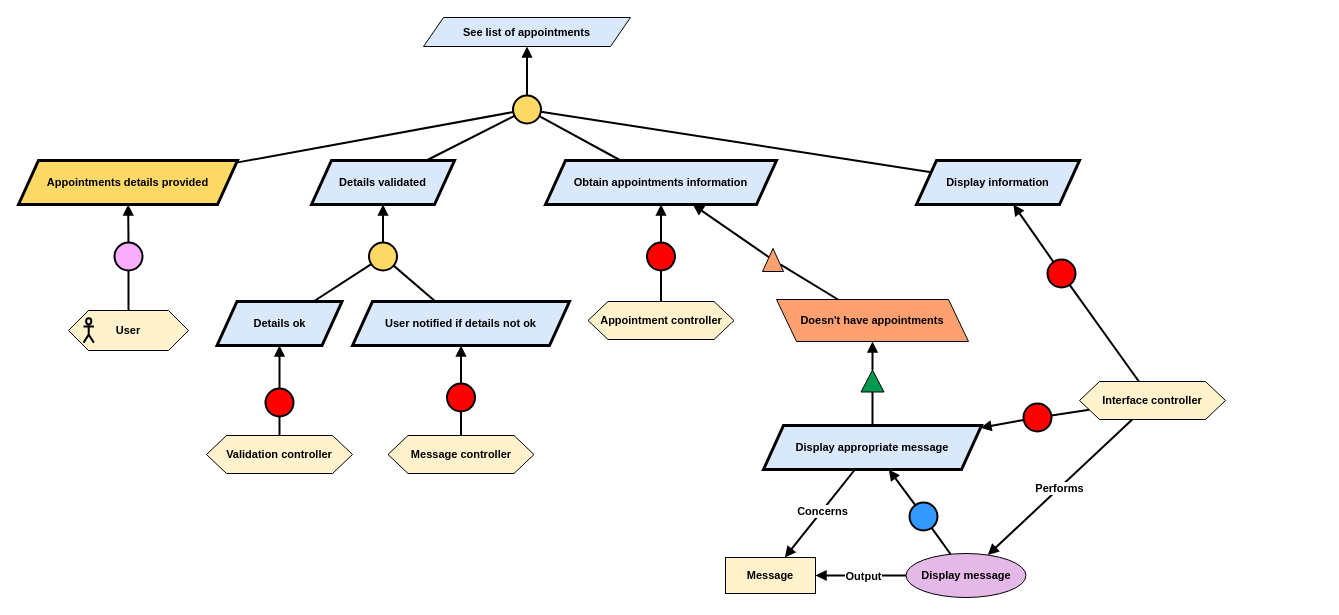
Earlier version of the draw.io diagram Kaos/KAOS 11.drawio (RafaelCMira/myclinic-msp-project). Source tidied: cells renumbered, new cells numbered last; positions are measured from the earlier drawing's top-left corner, leaving out a move shared by most shapes. Both pictures are drawn from the tidied source at 100%, with x=0, y=0 at pixel (18, 17).
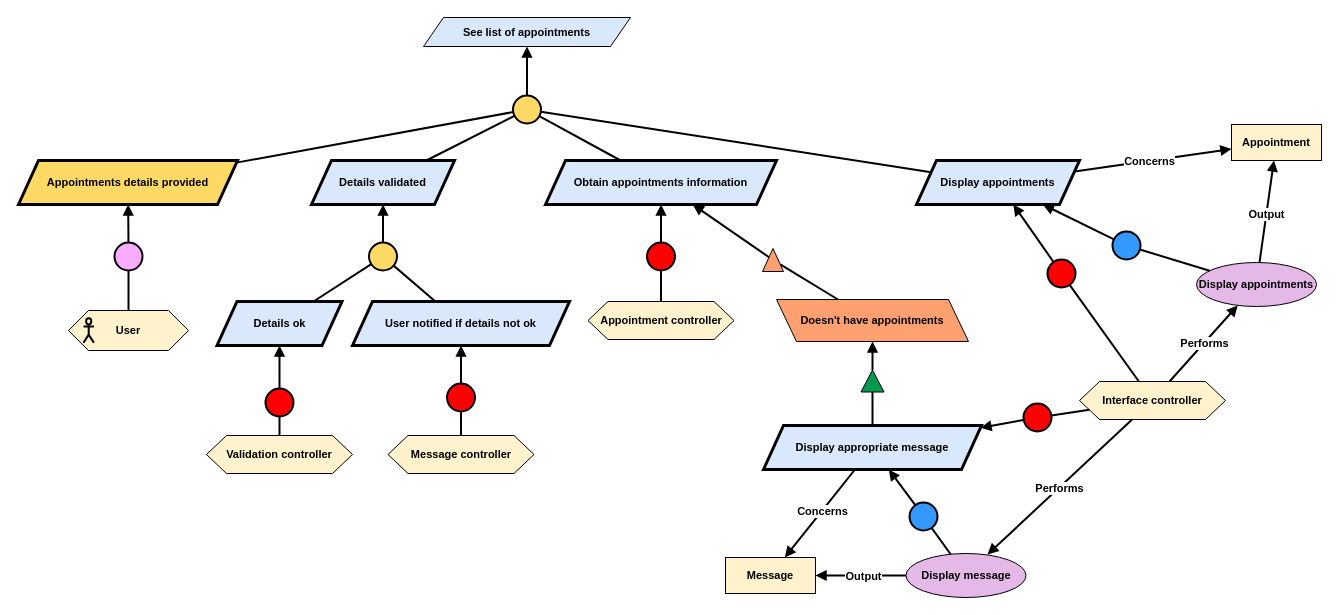
The same page after the edit.

The change refers to these unchanged cells:
```xml
<mxCell id="36" value="&lt;b&gt;Interface controller&lt;/b&gt;" style="shape=hexagon;perimeter=hexagonPerimeter2;whiteSpace=wrap;html=1;fixedSize=1;fillColor=#FFF2CC;fontFamily=Helvetica;fontSize=11;fontColor=default;labelBackgroundColor=none;" parent="1" vertex="1">
  <mxGeometry x="1061" y="364" width="146" height="38" as="geometry" />
</mxCell>
<mxCell id="53" value="&lt;b&gt;Display message&lt;/b&gt;" style="ellipse;whiteSpace=wrap;html=1;fillColor=#E4B9E7;strokeColor=#000000;fontFamily=Helvetica;fontSize=11;fontColor=default;labelBackgroundColor=none;" parent="1" vertex="1">
  <mxGeometry x="887.5" y="536" width="120" height="44" as="geometry" />
</mxCell>
```

Diff of the diagram source:
```diff
@@
-    <mxCell id="35" value="&lt;b&gt;Display information&lt;/b&gt;" style="shape=parallelogram;perimeter=parallelogramPerimeter;whiteSpace=wrap;html=1;fixedSize=1;fillColor=#dae8fc;strokeColor=#000000;strokeWidth=3;fontFamily=Helvetica;fontSize=11;fontColor=default;labelBackgroundColor=none;" parent="1" vertex="1">
+    <mxCell id="35" value="&lt;b&gt;Display appointments&lt;/b&gt;" style="shape=parallelogram;perimeter=parallelogramPerimeter;whiteSpace=wrap;html=1;fixedSize=1;fillColor=#dae8fc;strokeColor=#000000;strokeWidth=3;fontFamily=Helvetica;fontSize=11;fontColor=default;labelBackgroundColor=none;" parent="1" vertex="1">
       <mxGeometry x="898" y="143" width="163" height="44" as="geometry" />
     </mxCell>
@@
-    <mxCell id="59" style="endArrow=block;html=1;rounded=0;endFill=1;strokeWidth=2;" parent="1" edge="1" source="36" target="53">
-      <mxGeometry relative="1" as="geometry" />
+    <mxCell id="59" style="endArrow=block;html=1;rounded=0;endFill=1;strokeWidth=2;" parent="1" edge="1" source="36">
+      <mxGeometry relative="1" as="geometry">
+        <mxPoint x="969" y="537" as="targetPoint" />
+      </mxGeometry>
     </mxCell>
@@
+    <mxCell id="63" value="&lt;b&gt;Appointment&lt;/b&gt;" style="rounded=0;whiteSpace=wrap;html=1;fillColor=#FFF2CC;fontFamily=Helvetica;fontSize=11;fontColor=default;labelBackgroundColor=none;" parent="1" vertex="1">
+      <mxGeometry x="1213" y="107" width="90" height="36" as="geometry" />
+    </mxCell>
+    <mxCell id="64" style="ellipse;whiteSpace=wrap;html=1;fillColor=#3399FF;strokeWidth=2;" parent="1" vertex="1">
+      <mxGeometry x="1094" y="214" width="28" height="28" as="geometry" />
+    </mxCell>
+    <mxCell id="65" style="endArrow=block;html=1;rounded=0;endFill=1;strokeWidth=2;" parent="1" edge="1" source="64" target="35">
+      <mxGeometry relative="1" as="geometry" />
+    </mxCell>
+    <mxCell id="66" style="endArrow=none;html=1;rounded=0;strokeWidth=2;" parent="1" edge="1" source="67" target="64">
+      <mxGeometry relative="1" as="geometry" />
+    </mxCell>
+    <mxCell id="67" value="&lt;b&gt;Display appointments&lt;/b&gt;" style="ellipse;whiteSpace=wrap;html=1;fillColor=#E4B9E7;strokeColor=#000000;fontFamily=Helvetica;fontSize=11;fontColor=default;labelBackgroundColor=none;" parent="1" vertex="1">
+      <mxGeometry x="1178" y="245" width="120" height="44" as="geometry" />
+    </mxCell>
+    <mxCell id="68" style="endArrow=block;html=1;rounded=0;endFill=1;strokeWidth=2;" parent="1" edge="1" source="67" target="63">
+      <mxGeometry relative="1" as="geometry" />
+    </mxCell>
+    <mxCell id="69" value="&lt;b&gt;Output&lt;/b&gt;" style="edgeLabel;html=1;align=center;verticalAlign=middle;" parent="68" vertex="1">
+      <mxGeometry x="-0.05" relative="1" as="geometry" />
+    </mxCell>
+    <mxCell id="70" style="endArrow=block;html=1;rounded=0;endFill=1;strokeWidth=2;" parent="1" edge="1" source="35" target="63">
+      <mxGeometry relative="1" as="geometry" />
+    </mxCell>
+    <mxCell id="71" value="&lt;b&gt;Concerns&lt;/b&gt;" style="edgeLabel;html=1;align=center;verticalAlign=middle;" parent="70" vertex="1">
+      <mxGeometry x="-0.05" relative="1" as="geometry" />
+    </mxCell>
+    <mxCell id="72" style="endArrow=block;html=1;rounded=0;endFill=1;strokeWidth=2;" parent="1" edge="1" source="36" target="67">
+      <mxGeometry relative="1" as="geometry" />
+    </mxCell>
+    <mxCell id="73" value="&lt;b&gt;Performs&lt;/b&gt;" style="edgeLabel;html=1;align=center;verticalAlign=middle;" parent="72" vertex="1">
+      <mxGeometry x="0.01" relative="1" as="geometry" />
+    </mxCell>
```
